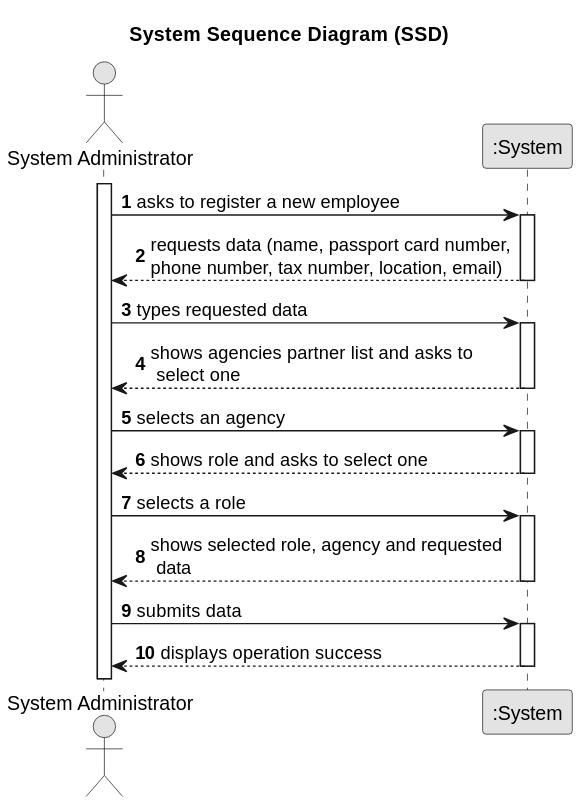
rita-barbosa/LAPR2-2223 keeps this PlantUML diagram as docs/sprintB/us003/01.requirements-engineering/svg/us003-system-sequence-diagram.svg. Above is the earlier version.
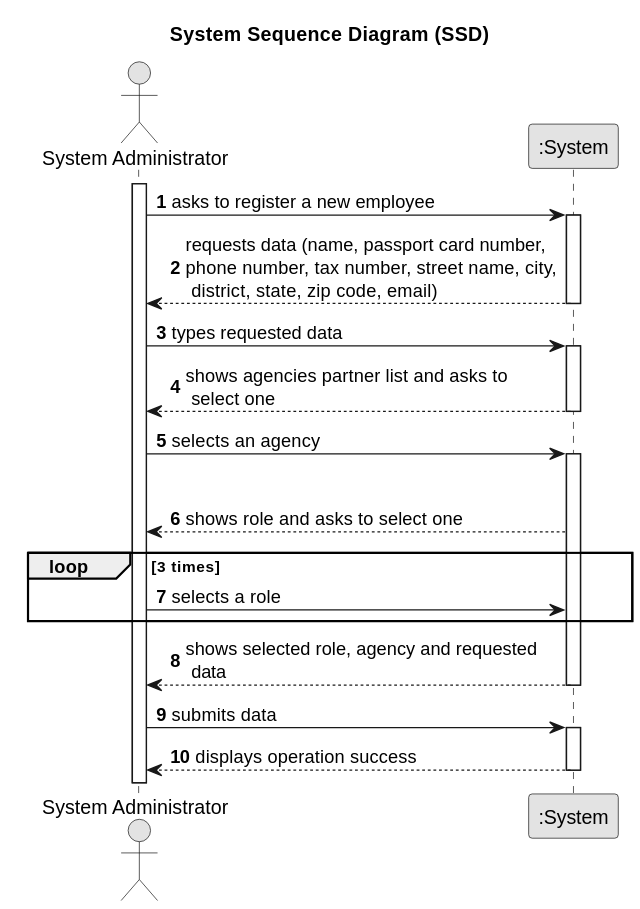
After the commit.

Change to the diagram source:
```diff
@@ -15,7 +15,7 @@
     Employee -> System : asks to register a new employee
     activate System
 
-        System --> Employee : requests data (name, passport card number,\nphone number, tax number, location, email)
+        System --> Employee : requests data (name, passport card number,\nphone number, tax number, street name, city,\n district, state, zip code, email)
     deactivate System
 
     Employee -> System : types requested data
@@ -27,13 +27,11 @@
     Employee -> System : selects an agency
     activate System
 
-
+    group Role
     System --> Employee : shows role and asks to select one
-        deactivate System
-
+    loop 3 times
     Employee -> System : selects a role
-            activate System
-
+    end
 
         System --> Employee : shows selected role, agency and requested \n data
     deactivate System
```
